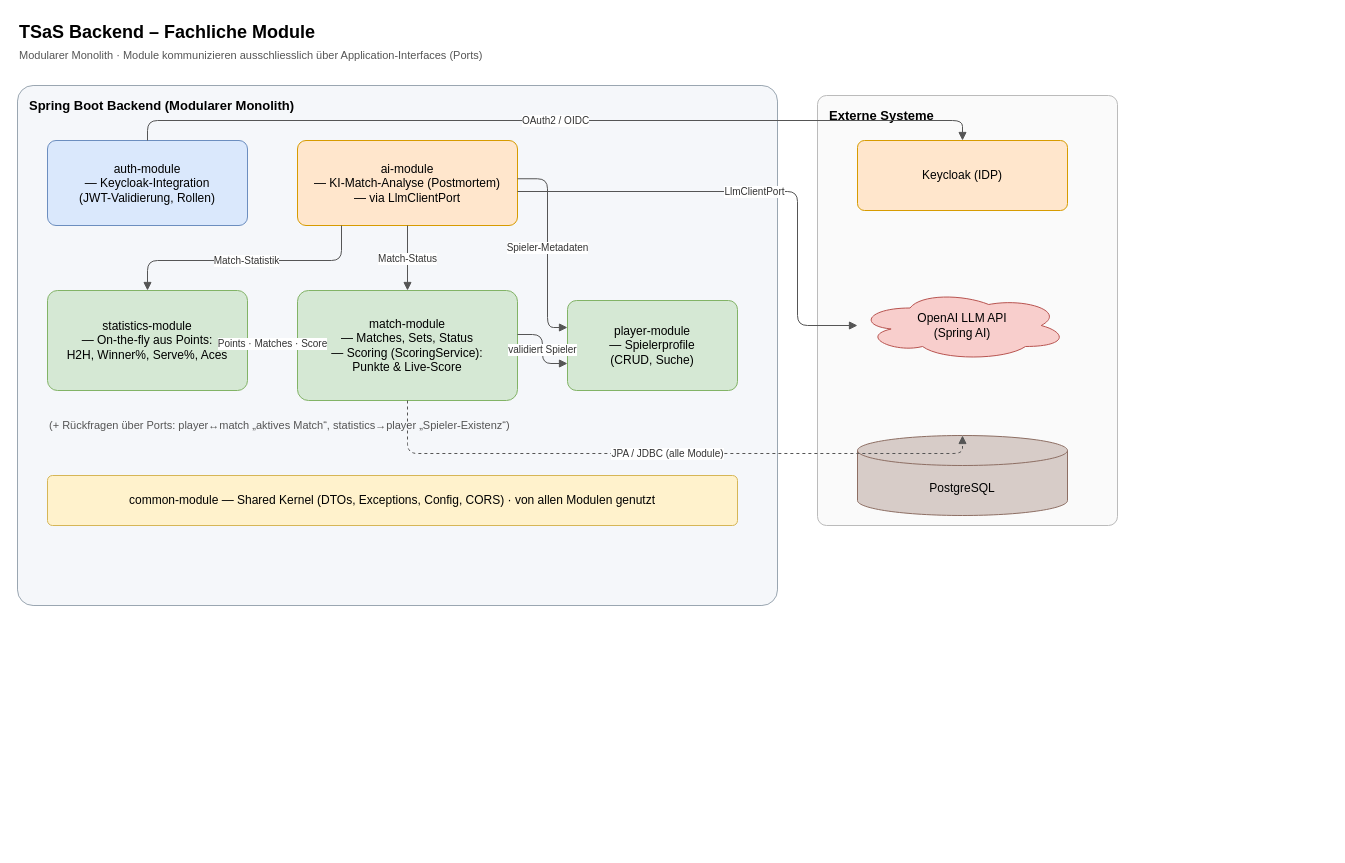
The draw.io diagram doc/sad/diagrams/TSaS_Backend_Module.drawio in cbo1970/tsas, before the edit. Source tidied: cells renumbered, new cells numbered last; positions are measured from the earlier drawing's top-left corner, leaving out a move shared by most shapes. Both pictures are drawn from the tidied source at 100%, with x=0, y=0 at pixel (17, 17).
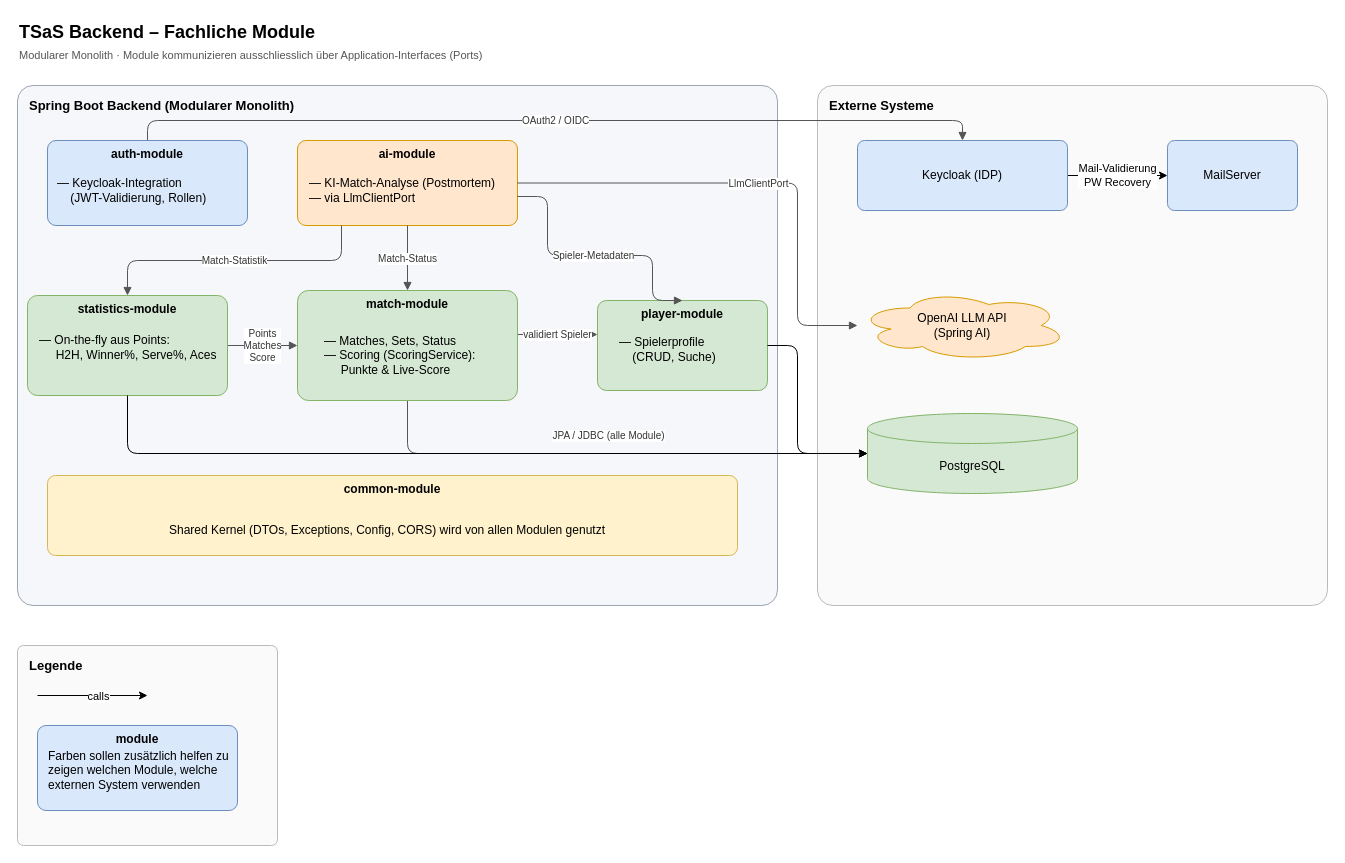
After the change.

The edit, as a diff of the source:
```diff
@@
-    <mxCell id="5" value="auth-module&#10;— Keycloak-Integration&#10;   (JWT-Validierung, Rollen)" style="rounded=1;arcSize=10;whiteSpace=wrap;html=1;fillColor=#DAE8FC;strokeColor=#6C8EBF;fontSize=12;align=center;" parent="1" vertex="1">
-      <mxGeometry x="30" y="123" width="200" height="85" as="geometry" />
-    </mxCell>
-    <mxCell id="6" value="ai-module&#10;— KI-Match-Analyse (Postmortem)&#10;— via LlmClientPort" style="rounded=1;arcSize=10;whiteSpace=wrap;html=1;fillColor=#FFE6CC;strokeColor=#D79B00;fontSize=12;align=center;" parent="1" vertex="1">
+    <mxCell id="6" value="&lt;b&gt;ai-module&lt;/b&gt;" style="rounded=1;arcSize=10;whiteSpace=wrap;html=1;fillColor=#FFE6CC;strokeColor=#D79B00;fontSize=12;align=center;verticalAlign=top;" parent="1" vertex="1">
       <mxGeometry x="280" y="123" width="220" height="85" as="geometry" />
     </mxCell>
-    <mxCell id="7" value="statistics-module&#10;— On-the-fly aus Points:&#10;   H2H, Winner%, Serve%, Aces" style="rounded=1;arcSize=10;whiteSpace=wrap;html=1;fillColor=#D5E8D4;strokeColor=#82B366;fontSize=12;align=center;" parent="1" vertex="1">
-      <mxGeometry x="30" y="273" width="200" height="100" as="geometry" />
-    </mxCell>
-    <mxCell id="8" value="match-module&#10;— Matches, Sets, Status&#10;— Scoring (ScoringService):&#10;   Punkte &amp; Live-Score" style="rounded=1;arcSize=10;whiteSpace=wrap;html=1;fillColor=#D5E8D4;strokeColor=#82B366;fontSize=12;align=center;" parent="1" vertex="1">
-      <mxGeometry x="280" y="273" width="220" height="110" as="geometry" />
-    </mxCell>
-    <mxCell id="9" value="player-module&#10;— Spielerprofile&#10;   (CRUD, Suche)" style="rounded=1;arcSize=10;whiteSpace=wrap;html=1;fillColor=#D5E8D4;strokeColor=#82B366;fontSize=12;align=center;" parent="1" vertex="1">
-      <mxGeometry x="550" y="283" width="170" height="90" as="geometry" />
+    <mxCell id="9" value="&lt;b&gt;player-module&lt;/b&gt;" style="rounded=1;arcSize=10;whiteSpace=wrap;html=1;fillColor=#D5E8D4;strokeColor=#82B366;fontSize=12;align=center;verticalAlign=top;" parent="1" vertex="1">
+      <mxGeometry x="580" y="283" width="170" height="90" as="geometry" />
     </mxCell>
-    <mxCell id="10" value="common-module — Shared Kernel (DTOs, Exceptions, Config, CORS) · von allen Modulen genutzt" style="rounded=1;arcSize=10;whiteSpace=wrap;html=1;fillColor=#FFF2CC;strokeColor=#D6B656;fontSize=12;align=center;" parent="1" vertex="1">
-      <mxGeometry x="30" y="458" width="690" height="50" as="geometry" />
-    </mxCell>
     <mxCell id="11" value="Externe Systeme" style="rounded=1;arcSize=3;whiteSpace=wrap;html=1;fillColor=#FAFAFA;strokeColor=#BBBBBB;verticalAlign=top;align=left;fontStyle=1;fontSize=13;spacingLeft=10;spacingTop=6;dashed=0;" parent="1" vertex="1">
-      <mxGeometry x="800" y="78" width="300" height="430" as="geometry" />
+      <mxGeometry x="800" y="68" width="510" height="520" as="geometry" />
     </mxCell>
+    <mxCell id="24" value="Mail-Validierung&lt;div&gt;PW Recovery&lt;/div&gt;" style="edgeStyle=orthogonalEdgeStyle;rounded=0;jettySize=auto;html=1;entryX=0;entryY=0.5;entryDx=0;entryDy=0;" parent="1" edge="1" source="12" target="35">
+      <mxGeometry relative="1" as="geometry" />
+    </mxCell>
-    <mxCell id="12" value="Keycloak (IDP)" style="rounded=1;arcSize=10;whiteSpace=wrap;html=1;fillColor=#FFE6CC;strokeColor=#D79B00;fontSize=12;align=center;" parent="1" vertex="1">
+    <mxCell id="12" value="Keycloak (IDP)" style="rounded=1;arcSize=10;whiteSpace=wrap;html=1;fillColor=#dae8fc;strokeColor=#6c8ebf;fontSize=12;align=center;" parent="1" vertex="1">
       <mxGeometry x="840" y="123" width="210" height="70" as="geometry" />
     </mxCell>
-    <mxCell id="13" value="OpenAI LLM API&#10;(Spring AI)" style="shape=cloud;whiteSpace=wrap;html=1;fillColor=#F8CECC;strokeColor=#B85450;fontSize=12;" parent="1" vertex="1">
+    <mxCell id="13" value="OpenAI LLM API&#10;(Spring AI)" style="shape=cloud;whiteSpace=wrap;html=1;fillColor=#ffe6cc;strokeColor=#d79b00;fontSize=12;" parent="1" vertex="1">
       <mxGeometry x="840" y="273" width="210" height="70" as="geometry" />
     </mxCell>
-    <mxCell id="14" value="PostgreSQL" style="shape=cylinder3;whiteSpace=wrap;html=1;boundedLbl=1;backgroundOutline=1;fillColor=#D7CCC8;strokeColor=#8D6E63;fontSize=12;" parent="1" vertex="1">
-      <mxGeometry x="840" y="418" width="210" height="80" as="geometry" />
+    <mxCell id="14" value="PostgreSQL" style="shape=cylinder3;whiteSpace=wrap;html=1;boundedLbl=1;backgroundOutline=1;fillColor=#d5e8d4;strokeColor=#82b366;fontSize=12;" parent="1" vertex="1">
+      <mxGeometry x="850" y="396" width="210" height="80" as="geometry" />
     </mxCell>
@@
     <mxCell id="16" value="Match-Statistik" style="edgeStyle=orthogonalEdgeStyle;rounded=1;jettySize=auto;html=1;fontSize=10;labelBackgroundColor=#FFFFFF;endArrow=block;strokeColor=#555555;fontColor=#333333;exitX=0.2;exitY=1;exitDx=0;exitDy=0;entryX=0.5;entryY=0;entryDx=0;entryDy=0;" parent="1" edge="1" source="6" target="7">
       <mxGeometry relative="1" as="geometry">
         <Array as="points">
           <mxPoint x="324" y="243" />
-          <mxPoint x="130" y="243" />
+          <mxPoint x="110" y="243" />
         </Array>
       </mxGeometry>
     </mxCell>
-    <mxCell id="17" value="Spieler-Metadaten" style="edgeStyle=orthogonalEdgeStyle;rounded=1;jettySize=auto;html=1;fontSize=10;labelBackgroundColor=#FFFFFF;endArrow=block;strokeColor=#555555;fontColor=#333333;exitX=1;exitY=0.45;exitDx=0;exitDy=0;entryX=0;entryY=0.3;entryDx=0;entryDy=0;" parent="1" edge="1" source="6" target="9">
+    <mxCell id="17" value="Spieler-Metadaten" style="edgeStyle=orthogonalEdgeStyle;rounded=1;jettySize=auto;html=1;fontSize=10;labelBackgroundColor=#FFFFFF;endArrow=block;strokeColor=#555555;fontColor=#333333;exitX=1;exitY=0.659;exitDx=0;exitDy=0;entryX=0.5;entryY=0;entryDx=0;entryDy=0;exitPerimeter=0;" parent="1" edge="1" source="6" target="9">
       <mxGeometry relative="1" as="geometry">
         <Array as="points">
-          <mxPoint x="530" y="161" />
-          <mxPoint x="530" y="310" />
+          <mxPoint x="530" y="179" />
+          <mxPoint x="530" y="238" />
+          <mxPoint x="635" y="238" />
         </Array>
       </mxGeometry>
     </mxCell>
-    <mxCell id="18" value="Points · Matches · Score" style="edgeStyle=orthogonalEdgeStyle;rounded=1;jettySize=auto;html=1;fontSize=10;labelBackgroundColor=#FFFFFF;endArrow=block;strokeColor=#555555;fontColor=#333333;exitX=1;exitY=0.5;exitDx=0;exitDy=0;entryX=0;entryY=0.5;entryDx=0;entryDy=0;" parent="1" edge="1" source="7" target="8">
+    <mxCell id="18" value="Points&lt;div&gt;Matches&lt;/div&gt;&lt;div&gt;Score&lt;/div&gt;" style="edgeStyle=orthogonalEdgeStyle;rounded=1;jettySize=auto;html=1;fontSize=10;labelBackgroundColor=#FFFFFF;endArrow=block;strokeColor=#555555;fontColor=#333333;exitX=1;exitY=0.5;exitDx=0;exitDy=0;entryX=0;entryY=0.5;entryDx=0;entryDy=0;" parent="1" edge="1" source="7" target="8">
       <mxGeometry relative="1" as="geometry" />
     </mxCell>
-    <mxCell id="19" value="validiert Spieler" style="edgeStyle=orthogonalEdgeStyle;rounded=1;jettySize=auto;html=1;fontSize=10;labelBackgroundColor=#FFFFFF;endArrow=block;strokeColor=#555555;fontColor=#333333;exitX=1;exitY=0.4;exitDx=0;exitDy=0;entryX=0;entryY=0.7;entryDx=0;entryDy=0;" parent="1" edge="1" source="8" target="9">
+    <mxCell id="19" value="validiert Spieler" style="edgeStyle=orthogonalEdgeStyle;rounded=1;jettySize=auto;html=1;fontSize=10;labelBackgroundColor=#FFFFFF;endArrow=block;strokeColor=#555555;fontColor=#333333;exitX=1;exitY=0.4;exitDx=0;exitDy=0;entryX=0;entryY=0.378;entryDx=0;entryDy=0;entryPerimeter=0;" parent="1" edge="1" source="8" target="9">
       <mxGeometry relative="1" as="geometry" />
     </mxCell>
-    <mxCell id="20" value="(+ Rückfragen über Ports: player↔match „aktives Match“, statistics→player „Spieler-Existenz“)" style="text;html=1;strokeColor=none;fillColor=none;align=left;verticalAlign=middle;fontSize=11;fontColor=#555555;" parent="1" vertex="1">
-      <mxGeometry x="30" y="398" width="700" height="20" as="geometry" />
-    </mxCell>
@@
-    <mxCell id="22" value="LlmClientPort" style="edgeStyle=orthogonalEdgeStyle;rounded=1;jettySize=auto;html=1;fontSize=10;labelBackgroundColor=#FFFFFF;endArrow=block;strokeColor=#555555;fontColor=#333333;exitX=1;exitY=0.6;exitDx=0;exitDy=0;entryX=0;entryY=0.5;entryDx=0;entryDy=0;" parent="1" edge="1" source="6" target="13">
+    <mxCell id="22" value="LlmClientPort" style="edgeStyle=orthogonalEdgeStyle;rounded=1;jettySize=auto;html=1;fontSize=10;labelBackgroundColor=#FFFFFF;endArrow=block;strokeColor=#555555;fontColor=#333333;entryX=0;entryY=0.5;entryDx=0;entryDy=0;exitX=1;exitY=0.5;exitDx=0;exitDy=0;" parent="1" edge="1" source="6" target="13">
       <mxGeometry relative="1" as="geometry">
         <Array as="points">
-          <mxPoint x="780" y="174" />
+          <mxPoint x="780" y="166" />
           <mxPoint x="780" y="308" />
         </Array>
       </mxGeometry>
     </mxCell>
-    <mxCell id="23" value="JPA / JDBC (alle Module)" style="edgeStyle=orthogonalEdgeStyle;rounded=1;jettySize=auto;html=1;fontSize=10;labelBackgroundColor=#FFFFFF;endArrow=block;strokeColor=#555555;fontColor=#333333;dashed=1;exitX=0.5;exitY=1;exitDx=0;exitDy=0;entryX=0.5;entryY=0;entryDx=0;entryDy=0;" parent="1" edge="1" source="8" target="14">
-      <mxGeometry relative="1" as="geometry">
+    <mxCell id="23" value="JPA / JDBC (alle Module)" style="edgeStyle=orthogonalEdgeStyle;rounded=1;jettySize=auto;html=1;fontSize=10;labelBackgroundColor=#FFFFFF;endArrow=block;strokeColor=#555555;fontColor=#333333;exitX=0.5;exitY=1;exitDx=0;exitDy=0;entryX=0;entryY=0.5;entryDx=0;entryDy=0;entryPerimeter=0;" parent="1" edge="1" source="8" target="14">
+      <mxGeometry x="-0.01" y="18" relative="1" as="geometry">
         <Array as="points">
           <mxPoint x="390" y="436" />
-          <mxPoint x="945" y="436" />
+          <mxPoint x="840" y="436" />
         </Array>
       </mxGeometry>
     </mxCell>
+    <mxCell id="25" style="group;" parent="1" vertex="1">
+      <mxGeometry x="280" y="273" width="220" height="110" as="geometry" />
+    </mxCell>
+    <mxCell id="8" value="&lt;b&gt;match-module&lt;/b&gt;&lt;div&gt;&lt;br&gt;&lt;/div&gt;" style="rounded=1;arcSize=10;whiteSpace=wrap;html=1;fillColor=#D5E8D4;strokeColor=#82B366;fontSize=12;align=center;verticalAlign=top;" parent="25" vertex="1">
+      <mxGeometry width="220" height="110" as="geometry" />
+    </mxCell>
+    <mxCell id="26" value="— Matches, Sets, Status&lt;br&gt;— Scoring (ScoringService): &lt;br&gt;&amp;nbsp; &amp;nbsp; &amp;nbsp;Punkte &amp;amp; Live-Score" style="text;html=1;whiteSpace=wrap;strokeColor=none;fillColor=none;align=left;verticalAlign=middle;rounded=0;" parent="25" vertex="1">
+      <mxGeometry x="25" y="25" width="170" height="80" as="geometry" />
+    </mxCell>
+    <mxCell id="27" value="&lt;div&gt;&lt;div style=&quot;&quot;&gt;&lt;span style=&quot;background-color: transparent; color: light-dark(rgb(0, 0, 0), rgb(255, 255, 255));&quot;&gt;— Spielerprofile&lt;/span&gt;&lt;/div&gt;&amp;nbsp; &amp;nbsp; (CRUD, Suche)&lt;/div&gt;" style="text;html=1;whiteSpace=wrap;strokeColor=none;fillColor=none;align=left;verticalAlign=middle;rounded=0;" parent="1" vertex="1">
+      <mxGeometry x="600" y="292" width="110" height="80" as="geometry" />
+    </mxCell>
+    <mxCell id="28" style="group;" parent="1" vertex="1">
+      <mxGeometry x="10" y="278" width="200" height="100" as="geometry" />
+    </mxCell>
+    <mxCell id="7" value="&lt;b&gt;statistics-module&lt;/b&gt;" style="rounded=1;arcSize=10;whiteSpace=wrap;html=1;fillColor=#D5E8D4;strokeColor=#82B366;fontSize=12;align=center;verticalAlign=top;" parent="28" vertex="1">
+      <mxGeometry width="200" height="100" as="geometry" />
+    </mxCell>
+    <mxCell id="29" value="&lt;br&gt;— On-the-fly aus Points:&lt;br&gt;&lt;div style=&quot;&quot;&gt;&lt;span style=&quot;background-color: transparent; color: light-dark(rgb(0, 0, 0), rgb(255, 255, 255));&quot;&gt;&amp;nbsp; &amp;nbsp; &amp;nbsp;H2H, Winner%, Serve%, Aces&lt;/span&gt;&lt;/div&gt;" style="text;html=1;whiteSpace=wrap;strokeColor=none;fillColor=none;align=left;verticalAlign=middle;rounded=0;" parent="28" vertex="1">
+      <mxGeometry x="10" y="5" width="180" height="80" as="geometry" />
+    </mxCell>
+    <mxCell id="30" style="group;" parent="1" vertex="1">
+      <mxGeometry x="30" y="458" width="690" height="80" as="geometry" />
+    </mxCell>
+    <mxCell id="10" value="&lt;b&gt;common-module&lt;/b&gt;" style="rounded=1;arcSize=10;whiteSpace=wrap;html=1;fillColor=#FFF2CC;strokeColor=#D6B656;fontSize=12;align=center;verticalAlign=top;" parent="30" vertex="1">
+      <mxGeometry width="690" height="80" as="geometry" />
+    </mxCell>
+    <mxCell id="31" value="Shared Kernel (DTOs, Exceptions, Config, CORS) wird von allen Modulen genutzt" style="text;html=1;whiteSpace=wrap;strokeColor=none;fillColor=none;align=left;verticalAlign=middle;rounded=0;" parent="30" vertex="1">
+      <mxGeometry x="120" y="30" width="470" height="50" as="geometry" />
+    </mxCell>
+    <mxCell id="32" value="&lt;span style=&quot;text-align: center;&quot;&gt;— KI-Match-Analyse (Postmortem)&lt;/span&gt;&lt;br style=&quot;text-align: center;&quot;&gt;&lt;span style=&quot;text-align: center;&quot;&gt;— via LlmClientPort&lt;/span&gt;" style="text;html=1;whiteSpace=wrap;strokeColor=none;fillColor=none;align=left;verticalAlign=middle;rounded=0;" parent="1" vertex="1">
+      <mxGeometry x="290" y="158" width="200" height="30" as="geometry" />
+    </mxCell>
+    <mxCell id="33" style="group;" parent="1" vertex="1">
+      <mxGeometry x="30" y="123" width="200" height="85" as="geometry" />
+    </mxCell>
+    <mxCell id="5" value="&lt;b&gt;auth-module&lt;/b&gt;" style="rounded=1;arcSize=10;whiteSpace=wrap;html=1;fillColor=#DAE8FC;strokeColor=#6C8EBF;fontSize=12;align=center;verticalAlign=top;" parent="33" vertex="1">
+      <mxGeometry width="200" height="85" as="geometry" />
+    </mxCell>
+    <mxCell id="34" value="&lt;br style=&quot;text-align: center;&quot;&gt;&lt;span style=&quot;text-align: center;&quot;&gt;— Keycloak-Integration&lt;/span&gt;&lt;br style=&quot;text-align: center;&quot;&gt;&lt;span style=&quot;text-align: center;&quot;&gt;&amp;nbsp; &amp;nbsp; (JWT-Validierung, Rollen)&lt;/span&gt;" style="text;html=1;whiteSpace=wrap;strokeColor=none;fillColor=none;align=left;verticalAlign=middle;rounded=0;" parent="33" vertex="1">
+      <mxGeometry x="7.5" y="7.5" width="185" height="70" as="geometry" />
+    </mxCell>
+    <mxCell id="35" value="MailServer" style="rounded=1;arcSize=10;whiteSpace=wrap;html=1;fillColor=#dae8fc;strokeColor=#6c8ebf;fontSize=12;align=center;" parent="1" vertex="1">
+      <mxGeometry x="1150" y="123" width="130" height="70" as="geometry" />
+    </mxCell>
+    <mxCell id="36" style="edgeStyle=orthogonalEdgeStyle;rounded=1;jettySize=auto;html=1;entryX=0;entryY=0.5;entryDx=0;entryDy=0;entryPerimeter=0;curved=0;" parent="1" edge="1" source="9" target="14">
+      <mxGeometry relative="1" as="geometry">
+        <Array as="points">
+          <mxPoint x="780" y="328" />
+          <mxPoint x="780" y="436" />
+        </Array>
+      </mxGeometry>
+    </mxCell>
+    <mxCell id="37" style="edgeStyle=orthogonalEdgeStyle;rounded=1;jettySize=auto;html=1;entryX=0;entryY=0.5;entryDx=0;entryDy=0;entryPerimeter=0;curved=0;" parent="1" edge="1" source="7" target="14">
+      <mxGeometry relative="1" as="geometry">
+        <Array as="points">
+          <mxPoint x="110" y="436" />
+        </Array>
+      </mxGeometry>
+    </mxCell>
+    <mxCell id="38" style="group;" parent="1" vertex="1">
+      <mxGeometry y="628" width="260" height="200" as="geometry" />
+    </mxCell>
+    <mxCell id="39" value="Legende" style="rounded=1;arcSize=3;whiteSpace=wrap;html=1;fillColor=#FAFAFA;strokeColor=#BBBBBB;verticalAlign=top;align=left;fontStyle=1;fontSize=13;spacingLeft=10;spacingTop=6;dashed=0;" parent="38" vertex="1">
+      <mxGeometry width="260" height="200" as="geometry" />
+    </mxCell>
+    <mxCell id="40" style="endArrow=classic;html=1;rounded=0;" parent="38" edge="1">
+      <mxGeometry relative="1" as="geometry">
+        <mxPoint x="20" y="50" as="sourcePoint" />
+        <mxPoint x="130" y="50" as="targetPoint" />
+      </mxGeometry>
+    </mxCell>
+    <mxCell id="41" value="calls" style="edgeLabel;html=1;align=center;verticalAlign=middle;" parent="40" vertex="1">
+      <mxGeometry x="-0.11" y="-5" relative="1" as="geometry">
+        <mxPoint x="11" y="-5" as="offset" />
+      </mxGeometry>
+    </mxCell>
+    <mxCell id="42" style="group;" parent="38" vertex="1">
+      <mxGeometry x="20" y="80" width="200" height="85" as="geometry" />
+    </mxCell>
+    <mxCell id="43" value="&lt;b&gt;module&lt;/b&gt;" style="rounded=1;arcSize=10;whiteSpace=wrap;html=1;fillColor=#DAE8FC;strokeColor=#6C8EBF;fontSize=12;align=center;verticalAlign=top;" parent="42" vertex="1">
+      <mxGeometry width="200" height="85" as="geometry" />
+    </mxCell>
+    <mxCell id="44" value="Farben sollen zusätzlich helfen zu zeigen welchen Module, welche externen System verwenden" style="text;html=1;whiteSpace=wrap;strokeColor=none;fillColor=none;align=left;verticalAlign=middle;rounded=0;" parent="42" vertex="1">
+      <mxGeometry x="9" y="9.5" width="185" height="70" as="geometry" />
+    </mxCell>
```
